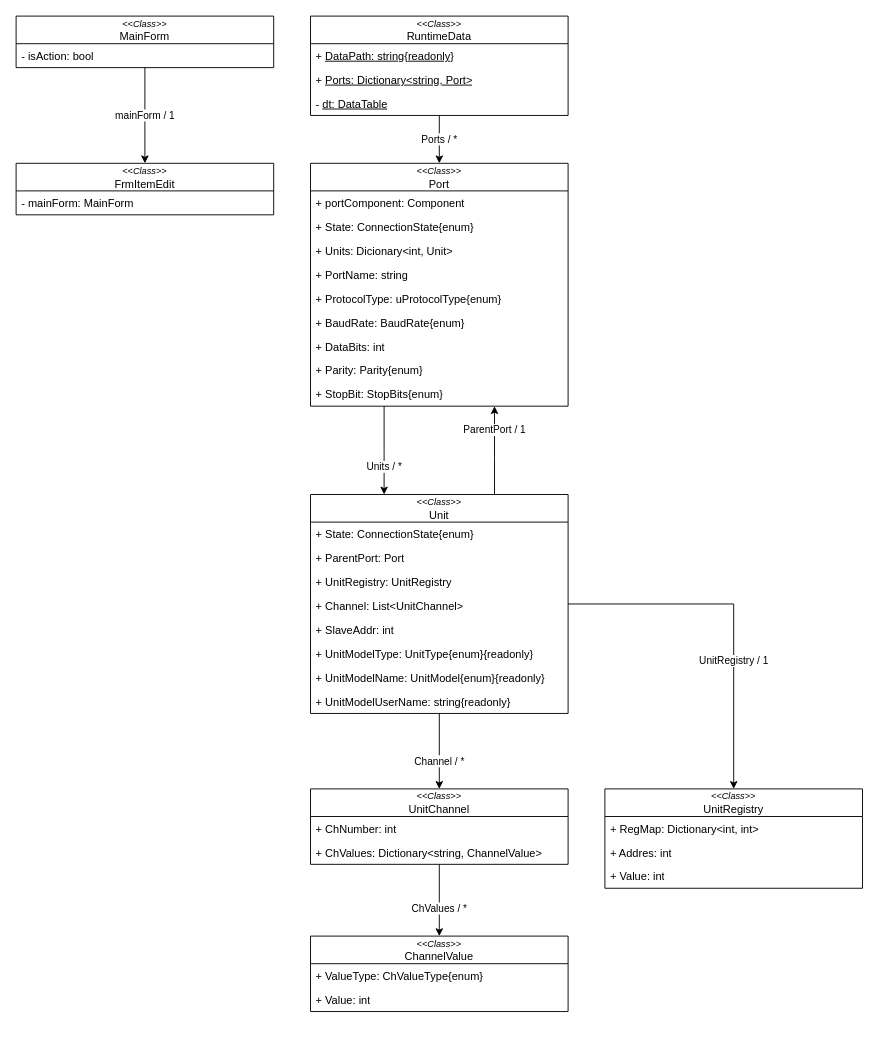
This is page "페이지-1" (1 of 2) of 프로그램 통신.drawio from QYnote/Doodle, a draw.io file, before an edit. Source tidied: cells renumbered, new cells numbered last; positions are measured from the earlier drawing's top-left corner, leaving out a move shared by most shapes. Both pictures are drawn from the tidied source at 92%, with x=0, y=0 at pixel (16, 16).
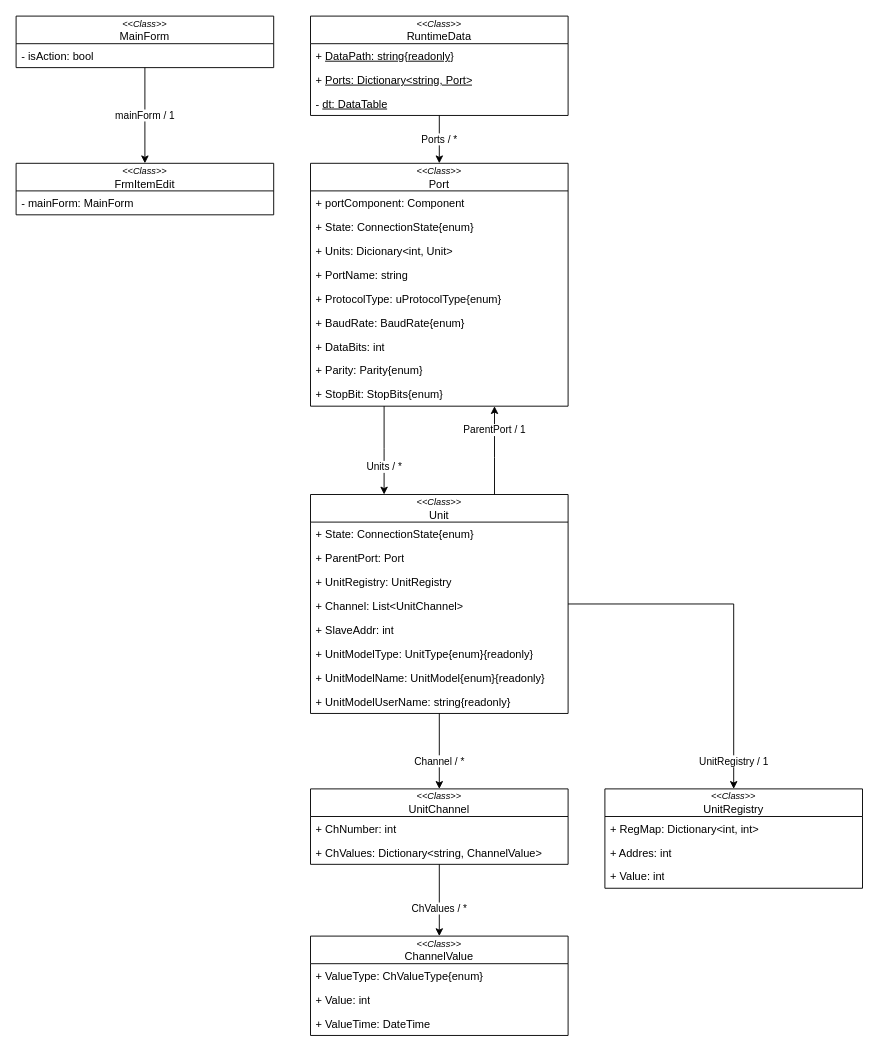
The same diagram, later.

Unchanged cells that the change refers to:
```xml
<mxCell id="21" value="&lt;div&gt;&lt;font style=&quot;font-size: 10px;&quot;&gt;&lt;i&gt;&amp;lt;&amp;lt;Class&amp;gt;&amp;gt;&lt;/i&gt;&lt;/font&gt;&lt;/div&gt;Unit" style="swimlane;fontStyle=0;horizontal=1;startSize=30;fillColor=none;whiteSpace=wrap;html=1;" parent="1" vertex="1">
  <mxGeometry x="320" y="520" width="280" height="238" as="geometry" />
</mxCell>
<mxCell id="30" value="&lt;div&gt;&lt;font style=&quot;font-size: 10px;&quot;&gt;&lt;i&gt;&amp;lt;&amp;lt;Class&amp;gt;&amp;gt;&lt;/i&gt;&lt;/font&gt;&lt;/div&gt;UnitRegistry" style="swimlane;fontStyle=0;horizontal=1;startSize=30;fillColor=none;whiteSpace=wrap;html=1;" parent="1" vertex="1">
  <mxGeometry x="640" y="840" width="280" height="108" as="geometry" />
</mxCell>
```

Change to the diagram source:
```diff
@@
     <mxCell id="19" value="UnitRegistry / 1" style="edgeStyle=orthogonalEdgeStyle;rounded=0;jettySize=auto;html=1;" parent="1" edge="1" source="21" target="30">
-      <mxGeometry x="0.27" relative="1" as="geometry" />
+      <mxGeometry x="0.84" relative="1" as="geometry" />
     </mxCell>
@@
     <mxCell id="43" value="&lt;div&gt;&lt;font style=&quot;font-size: 10px;&quot;&gt;&lt;i&gt;&amp;lt;&amp;lt;Class&amp;gt;&amp;gt;&lt;/i&gt;&lt;/font&gt;&lt;/div&gt;ChannelValue" style="swimlane;fontStyle=0;horizontal=1;startSize=30;fillColor=none;whiteSpace=wrap;html=1;" parent="1" vertex="1">
-      <mxGeometry x="320" y="1000" width="280" height="82" as="geometry" />
+      <mxGeometry x="320" y="1000" width="280" height="108" as="geometry" />
     </mxCell>
@@
+    <mxCell id="46" value="+ ValueTime: DateTime" style="text;strokeColor=none;fillColor=none;align=left;verticalAlign=top;spacingLeft=4;spacingRight=4;overflow=hidden;whiteSpace=wrap;html=1;" parent="43" vertex="1">
+      <mxGeometry y="82" width="280" height="26" as="geometry" />
+    </mxCell>
```
